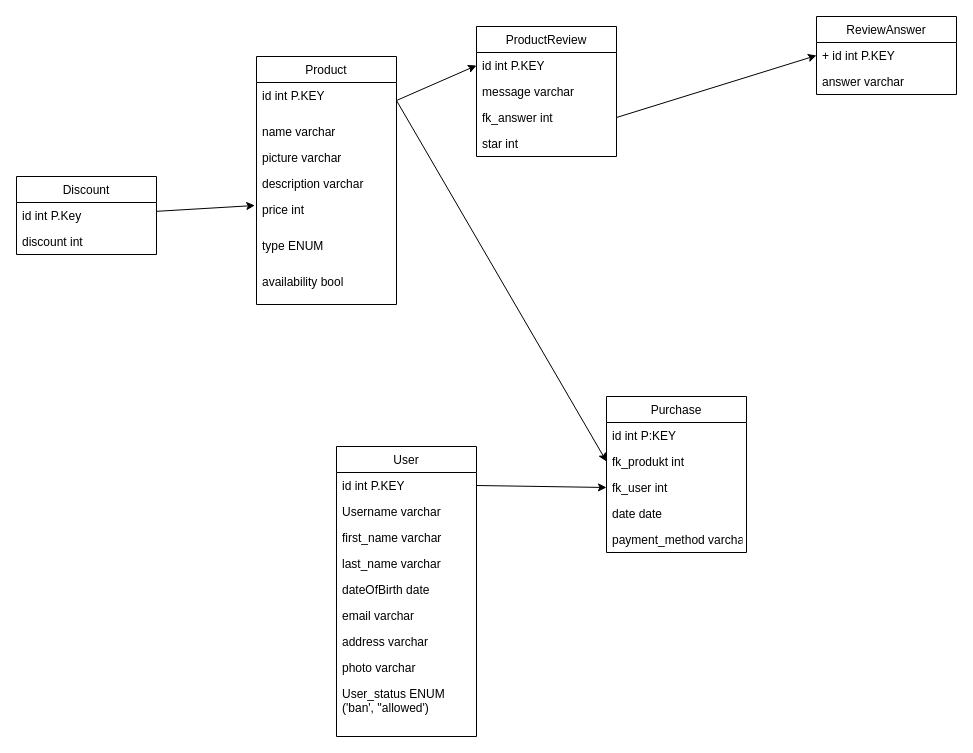
ChavesJimmy/FSWD-TeamProject-Group9 keeps this draw.io diagram as database/database_ecommerce.drawio. Above is the earlier version. Source tidied: cells renumbered, new cells numbered last; positions are measured from the earlier drawing's top-left corner, leaving out a move shared by most shapes. Both pictures are drawn from the tidied source at 100%, with x=0, y=0 at pixel (16, 16).
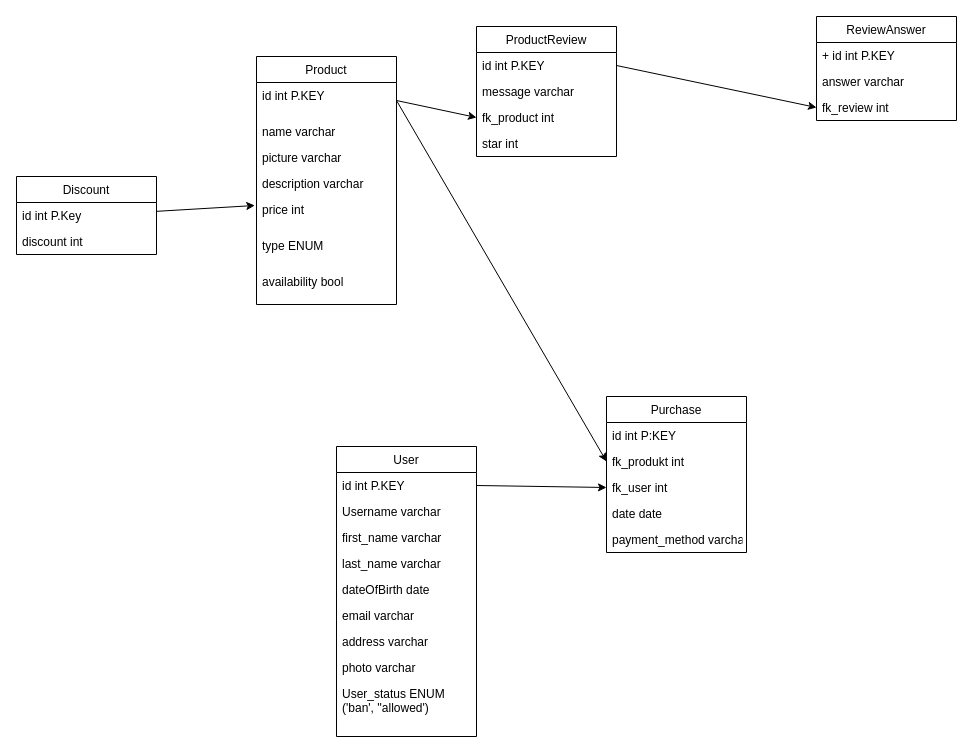
The same page after the edit.

The change refers to these unchanged cells:
```xml
<mxCell id="3" value="id int P.KEY" style="text;strokeColor=none;fillColor=none;align=left;verticalAlign=top;spacingLeft=4;spacingRight=4;overflow=hidden;points=[[0,0.5],[1,0.5]];portConstraint=eastwest;" parent="2" vertex="1">
  <mxGeometry y="26" width="140" height="36" as="geometry" />
</mxCell>
<mxCell id="28" value="ProductReview" style="swimlane;fontStyle=0;horizontal=1;startSize=26;fillColor=none;" parent="1" vertex="1">
  <mxGeometry x="460" y="10" width="140" height="130" as="geometry" />
</mxCell>
<mxCell id="29" value="id int P.KEY" style="text;strokeColor=none;fillColor=none;align=left;verticalAlign=top;spacingLeft=4;spacingRight=4;overflow=hidden;points=[[0,0.5],[1,0.5]];portConstraint=eastwest;" parent="28" vertex="1">
  <mxGeometry y="26" width="140" height="26" as="geometry" />
</mxCell>
<mxCell id="35" value="+ id int P.KEY" style="text;strokeColor=none;fillColor=none;align=left;verticalAlign=top;spacingLeft=4;spacingRight=4;overflow=hidden;points=[[0,0.5],[1,0.5]];portConstraint=eastwest;" parent="34" vertex="1">
  <mxGeometry y="26" width="140" height="26" as="geometry" />
</mxCell>
```

What changed in the source:
```diff
@@
-    <mxCell id="31" value="fk_answer int" style="text;strokeColor=none;fillColor=none;align=left;verticalAlign=top;spacingLeft=4;spacingRight=4;overflow=hidden;points=[[0,0.5],[1,0.5]];portConstraint=eastwest;" parent="28" vertex="1">
+    <mxCell id="31" value="fk_product int" style="text;strokeColor=none;fillColor=none;align=left;verticalAlign=top;spacingLeft=4;spacingRight=4;overflow=hidden;points=[[0,0.5],[1,0.5]];portConstraint=eastwest;" parent="28" vertex="1">
       <mxGeometry y="78" width="140" height="26" as="geometry" />
     </mxCell>
@@
-    <mxCell id="33" style="edgeStyle=none;html=1;exitX=1;exitY=0.5;exitDx=0;exitDy=0;entryX=0;entryY=0.5;entryDx=0;entryDy=0;" parent="1" edge="1" source="3" target="29">
+    <mxCell id="33" style="edgeStyle=none;html=1;exitX=1;exitY=0.5;exitDx=0;exitDy=0;entryX=0;entryY=0.5;entryDx=0;entryDy=0;" parent="1" edge="1" source="3" target="31">
       <mxGeometry relative="1" as="geometry" />
     </mxCell>
     <mxCell id="34" value="ReviewAnswer" style="swimlane;fontStyle=0;horizontal=1;startSize=26;fillColor=none;" parent="1" vertex="1">
-      <mxGeometry x="800" width="140" height="78" as="geometry" />
+      <mxGeometry x="800" width="140" height="104" as="geometry" />
     </mxCell>
@@
+    <mxCell id="42" value="fk_review int" style="text;strokeColor=none;fillColor=none;align=left;verticalAlign=top;spacingLeft=4;spacingRight=4;overflow=hidden;points=[[0,0.5],[1,0.5]];portConstraint=eastwest;" parent="34" vertex="1">
+      <mxGeometry y="78" width="140" height="26" as="geometry" />
+    </mxCell>
-    <mxCell id="37" style="edgeStyle=none;html=1;exitX=1;exitY=0.5;exitDx=0;exitDy=0;entryX=0;entryY=0.5;entryDx=0;entryDy=0;" parent="1" edge="1" source="31" target="35">
+    <mxCell id="37" style="edgeStyle=none;html=1;exitX=1;exitY=0.5;exitDx=0;exitDy=0;entryX=0;entryY=0.5;entryDx=0;entryDy=0;" parent="1" edge="1" source="29" target="42">
       <mxGeometry relative="1" as="geometry" />
     </mxCell>
```
